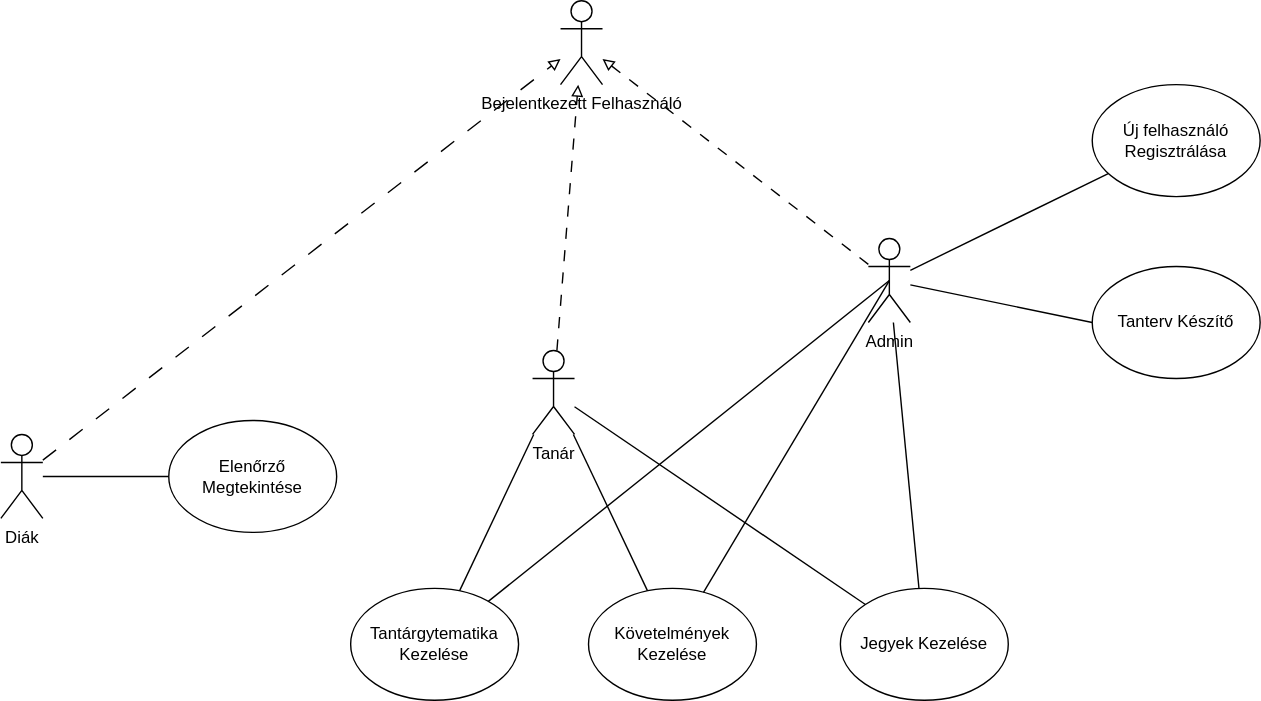
The draw.io diagram Dokumentáció/ábrák/use-case/use-case3.svg in urambatyam/Szakdolgozat, before a commit. Source tidied: cells renumbered, new cells last; positions are measured from the earlier drawing's top-left corner, leaving out a move shared by most shapes. The source it was exported from:
```xml
<mxGraphModel>
  <root>
    <mxCell id="0" />
    <mxCell id="1" parent="0" />
    <mxCell id="2" value="Bejelentkezett Felhasználó" style="shape=umlActor;verticalLabelPosition=bottom;verticalAlign=top;html=1;outlineConnect=0;" parent="1" vertex="1">
      <mxGeometry x="400" width="30" height="60" as="geometry" />
    </mxCell>
    <mxCell id="3" style="rounded=0;jettySize=auto;html=1;dashed=1;dashPattern=12 12;endArrow=block;endFill=0;" parent="1" edge="1" source="5" target="2">
      <mxGeometry relative="1" as="geometry" />
    </mxCell>
    <mxCell id="4" style="rounded=0;jettySize=auto;html=1;endArrow=none;endFill=0;" parent="1" edge="1" source="5" target="6">
      <mxGeometry relative="1" as="geometry" />
    </mxCell>
    <mxCell id="5" value="Diák" style="shape=umlActor;verticalLabelPosition=bottom;verticalAlign=top;html=1;outlineConnect=0;" parent="1" vertex="1">
      <mxGeometry y="310" width="30" height="60" as="geometry" />
    </mxCell>
    <mxCell id="6" value="Elenőrző Megtekintése" style="ellipse;whiteSpace=wrap;html=1;" parent="1" vertex="1">
      <mxGeometry x="120" y="300" width="120" height="80" as="geometry" />
    </mxCell>
    <mxCell id="7" style="rounded=0;jettySize=auto;html=1;dashed=1;dashPattern=8 8;endArrow=block;endFill=0;" parent="1" edge="1" source="8" target="2">
      <mxGeometry relative="1" as="geometry" />
    </mxCell>
    <mxCell id="8" value="Tanár" style="shape=umlActor;verticalLabelPosition=bottom;verticalAlign=top;html=1;outlineConnect=0;" parent="1" vertex="1">
      <mxGeometry x="380" y="250" width="30" height="60" as="geometry" />
    </mxCell>
    <mxCell id="9" style="rounded=0;jettySize=auto;html=1;endArrow=none;endFill=0;" parent="1" edge="1" source="10" target="8">
      <mxGeometry relative="1" as="geometry" />
    </mxCell>
    <mxCell id="10" value="Tantárgytematika Kezelése" style="ellipse;whiteSpace=wrap;html=1;" parent="1" vertex="1">
      <mxGeometry x="250" y="420" width="120" height="80" as="geometry" />
    </mxCell>
    <mxCell id="11" style="rounded=0;jettySize=auto;html=1;endArrow=none;endFill=0;" parent="1" edge="1" source="12" target="8">
      <mxGeometry relative="1" as="geometry" />
    </mxCell>
    <mxCell id="12" value="Követelmények Kezelése" style="ellipse;whiteSpace=wrap;html=1;" parent="1" vertex="1">
      <mxGeometry x="420" y="420" width="120" height="80" as="geometry" />
    </mxCell>
    <mxCell id="13" style="rounded=0;jettySize=auto;html=1;endArrow=none;endFill=0;" parent="1" edge="1" source="15" target="8">
      <mxGeometry relative="1" as="geometry" />
    </mxCell>
    <mxCell id="14" style="rounded=0;jettySize=auto;html=1;endArrow=none;endFill=0;" parent="1" edge="1" source="15" target="17">
      <mxGeometry relative="1" as="geometry" />
    </mxCell>
    <mxCell id="15" value="Jegyek Kezelése" style="ellipse;whiteSpace=wrap;html=1;" parent="1" vertex="1">
      <mxGeometry x="600" y="420" width="120" height="80" as="geometry" />
    </mxCell>
    <mxCell id="16" style="rounded=0;jettySize=auto;html=1;dashed=1;dashPattern=8 8;endArrow=block;endFill=0;" parent="1" edge="1" source="17" target="2">
      <mxGeometry relative="1" as="geometry" />
    </mxCell>
    <mxCell id="17" value="Admin" style="shape=umlActor;verticalLabelPosition=bottom;verticalAlign=top;html=1;outlineConnect=0;" parent="1" vertex="1">
      <mxGeometry x="620" y="170" width="30" height="60" as="geometry" />
    </mxCell>
    <mxCell id="18" style="rounded=0;jettySize=auto;html=1;endArrow=none;endFill=0;" parent="1" edge="1" source="19" target="17">
      <mxGeometry relative="1" as="geometry" />
    </mxCell>
    <mxCell id="19" value="Új felhasználó Regisztrálása" style="ellipse;whiteSpace=wrap;html=1;" parent="1" vertex="1">
      <mxGeometry x="780" y="60" width="120" height="80" as="geometry" />
    </mxCell>
    <mxCell id="20" style="rounded=0;jettySize=auto;html=1;exitX=0;exitY=0.5;exitDx=0;exitDy=0;endArrow=none;endFill=0;" parent="1" edge="1" source="21" target="17">
      <mxGeometry relative="1" as="geometry" />
    </mxCell>
    <mxCell id="21" value="Tanterv Készítő" style="ellipse;whiteSpace=wrap;html=1;" parent="1" vertex="1">
      <mxGeometry x="780" y="190" width="120" height="80" as="geometry" />
    </mxCell>
    <mxCell id="22" style="rounded=0;jettySize=auto;html=1;entryX=0.5;entryY=0.5;entryDx=0;entryDy=0;entryPerimeter=0;endArrow=none;endFill=0;" parent="1" edge="1" source="12" target="17">
      <mxGeometry relative="1" as="geometry" />
    </mxCell>
    <mxCell id="23" style="rounded=0;jettySize=auto;html=1;entryX=0.5;entryY=0.5;entryDx=0;entryDy=0;entryPerimeter=0;endArrow=none;endFill=0;" parent="1" edge="1" source="10" target="17">
      <mxGeometry relative="1" as="geometry" />
    </mxCell>
  </root>
</mxGraphModel>
```
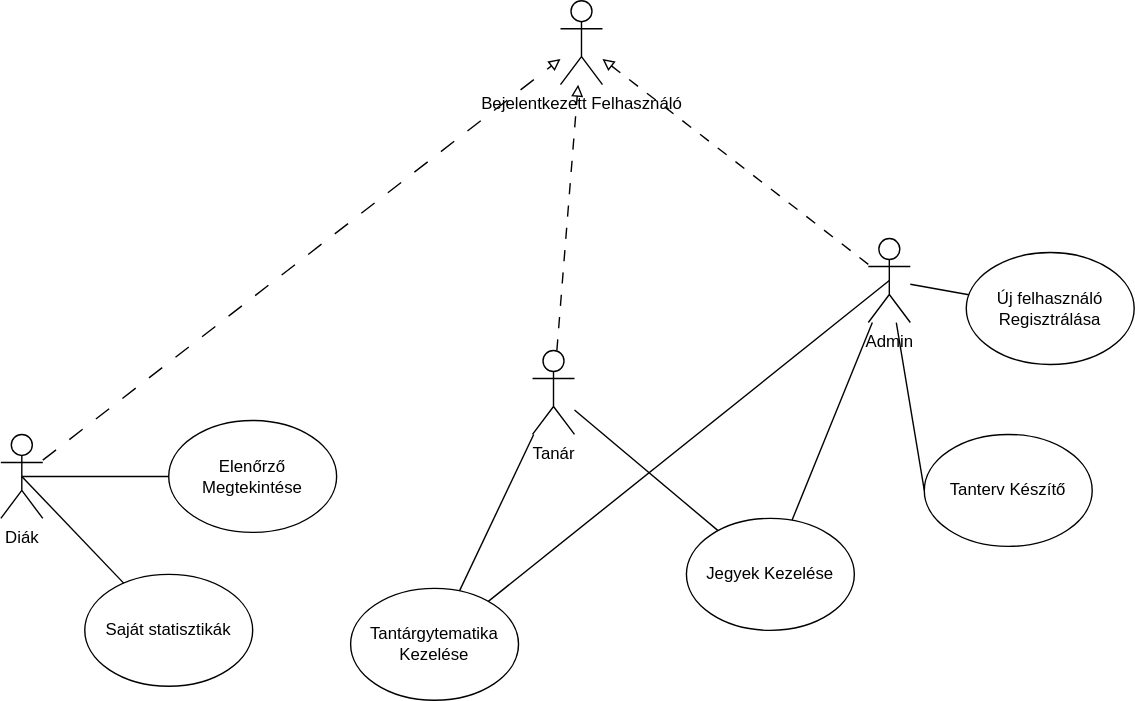
The same diagram one commit later.

What changed in the source:
```diff
@@ -8,7 +8,7 @@
     <mxCell id="3" style="rounded=0;jettySize=auto;html=1;dashed=1;dashPattern=12 12;endArrow=block;endFill=0;" parent="1" edge="1" source="5" target="2">
       <mxGeometry relative="1" as="geometry" />
     </mxCell>
-    <mxCell id="4" style="rounded=0;jettySize=auto;html=1;endArrow=none;endFill=0;" parent="1" edge="1" source="5" target="6">
+    <mxCell id="4" style="rounded=0;jettySize=auto;html=1;endArrow=none;endFill=0;exitX=0.5;exitY=0.5;exitDx=0;exitDy=0;exitPerimeter=0;" parent="1" edge="1" source="5" target="6">
       <mxGeometry relative="1" as="geometry" />
     </mxCell>
     <mxCell id="5" value="Diák" style="shape=umlActor;verticalLabelPosition=bottom;verticalAlign=top;html=1;outlineConnect=0;" parent="1" vertex="1">
@@ -29,12 +29,6 @@
     <mxCell id="10" value="Tantárgytematika Kezelése" style="ellipse;whiteSpace=wrap;html=1;" parent="1" vertex="1">
       <mxGeometry x="250" y="420" width="120" height="80" as="geometry" />
     </mxCell>
-    <mxCell id="11" style="rounded=0;jettySize=auto;html=1;endArrow=none;endFill=0;" parent="1" edge="1" source="12" target="8">
-      <mxGeometry relative="1" as="geometry" />
-    </mxCell>
-    <mxCell id="12" value="Követelmények Kezelése" style="ellipse;whiteSpace=wrap;html=1;" parent="1" vertex="1">
-      <mxGeometry x="420" y="420" width="120" height="80" as="geometry" />
-    </mxCell>
     <mxCell id="13" style="rounded=0;jettySize=auto;html=1;endArrow=none;endFill=0;" parent="1" edge="1" source="15" target="8">
       <mxGeometry relative="1" as="geometry" />
     </mxCell>
@@ -42,7 +36,7 @@
       <mxGeometry relative="1" as="geometry" />
     </mxCell>
     <mxCell id="15" value="Jegyek Kezelése" style="ellipse;whiteSpace=wrap;html=1;" parent="1" vertex="1">
-      <mxGeometry x="600" y="420" width="120" height="80" as="geometry" />
+      <mxGeometry x="490" y="370" width="120" height="80" as="geometry" />
     </mxCell>
     <mxCell id="16" style="rounded=0;jettySize=auto;html=1;dashed=1;dashPattern=8 8;endArrow=block;endFill=0;" parent="1" edge="1" source="17" target="2">
       <mxGeometry relative="1" as="geometry" />
@@ -54,19 +48,22 @@
       <mxGeometry relative="1" as="geometry" />
     </mxCell>
     <mxCell id="19" value="Új felhasználó Regisztrálása" style="ellipse;whiteSpace=wrap;html=1;" parent="1" vertex="1">
-      <mxGeometry x="780" y="60" width="120" height="80" as="geometry" />
+      <mxGeometry x="690" y="180" width="120" height="80" as="geometry" />
     </mxCell>
     <mxCell id="20" style="rounded=0;jettySize=auto;html=1;exitX=0;exitY=0.5;exitDx=0;exitDy=0;endArrow=none;endFill=0;" parent="1" edge="1" source="21" target="17">
       <mxGeometry relative="1" as="geometry" />
     </mxCell>
     <mxCell id="21" value="Tanterv Készítő" style="ellipse;whiteSpace=wrap;html=1;" parent="1" vertex="1">
-      <mxGeometry x="780" y="190" width="120" height="80" as="geometry" />
+      <mxGeometry x="660" y="310" width="120" height="80" as="geometry" />
     </mxCell>
-    <mxCell id="22" style="rounded=0;jettySize=auto;html=1;entryX=0.5;entryY=0.5;entryDx=0;entryDy=0;entryPerimeter=0;endArrow=none;endFill=0;" parent="1" edge="1" source="12" target="17">
-      <mxGeometry relative="1" as="geometry" />
-    </mxCell>
     <mxCell id="23" style="rounded=0;jettySize=auto;html=1;entryX=0.5;entryY=0.5;entryDx=0;entryDy=0;entryPerimeter=0;endArrow=none;endFill=0;" parent="1" edge="1" source="10" target="17">
       <mxGeometry relative="1" as="geometry" />
     </mxCell>
+    <mxCell id="24" value="Saját statisztikák" style="ellipse;whiteSpace=wrap;html=1;" parent="1" vertex="1">
+      <mxGeometry x="60" y="410" width="120" height="80" as="geometry" />
+    </mxCell>
+    <mxCell id="25" style="rounded=0;jettySize=auto;html=1;endArrow=none;endFill=0;exitX=0.5;exitY=0.5;exitDx=0;exitDy=0;exitPerimeter=0;" parent="1" edge="1" source="5" target="24">
+      <mxGeometry relative="1" as="geometry" />
+    </mxCell>
   </root>
 </mxGraphModel>
```
